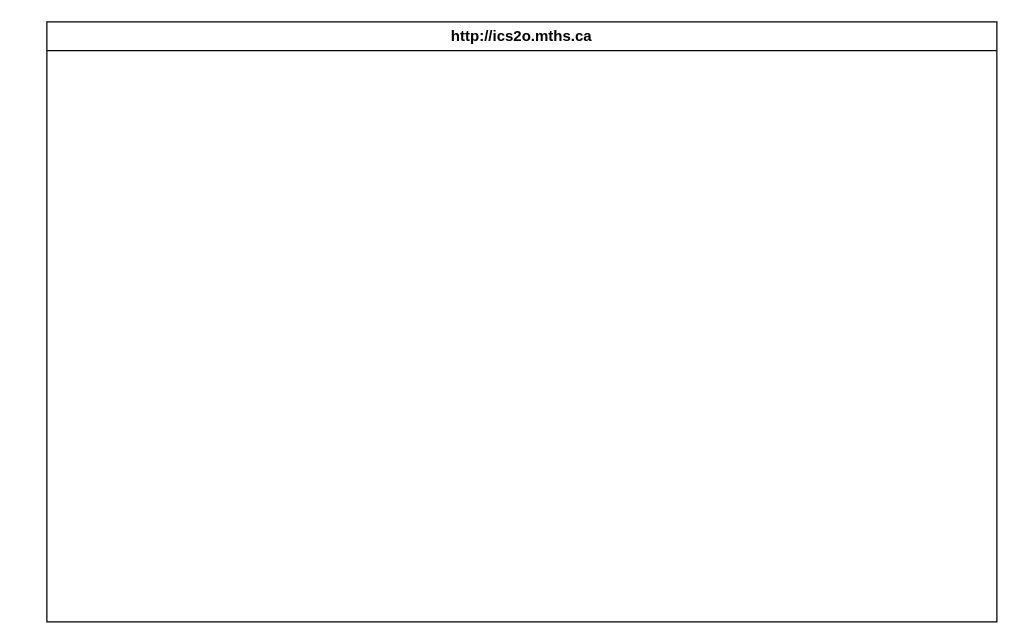
Before: design/storyboard.drawio in MTHS-ICS2O-2-2022/ICS2O-Unit-6-03-Mohamad-Tanbari, a draw.io diagram. Source tidied: cells renumbered, new cells numbered last; positions are measured from the earlier drawing's top-left corner, leaving out a move shared by most shapes. Both pictures are drawn from the tidied source at 125%, with x=0, y=0 at pixel (46, 21).
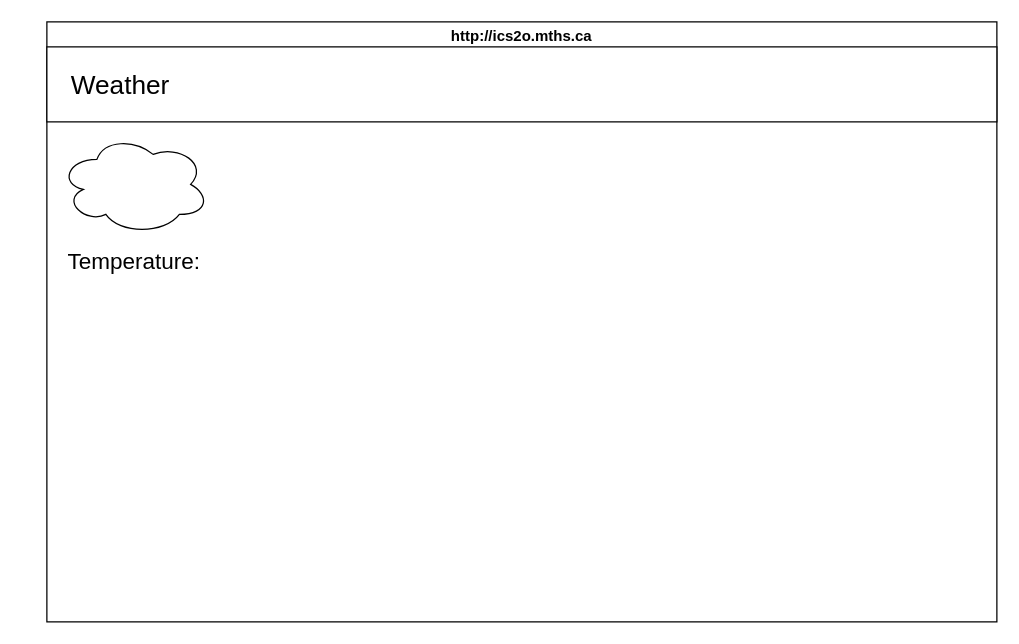
The same diagram, later.

What changed in the source:
```diff
@@
 <mxGraphModel>
   <root>
     <mxCell id="0" />
     <mxCell id="1" parent="0" />
     <mxCell id="2" value="http://ics2o.mths.ca" style="swimlane;whiteSpace=wrap;html=1;" parent="1" vertex="1">
       <mxGeometry width="760" height="480" as="geometry" />
     </mxCell>
+    <mxCell id="3" value="&lt;div align=&quot;left&quot;&gt;&lt;font style=&quot;font-size: 21px;&quot;&gt;&amp;nbsp;&amp;nbsp; Weather&lt;/font&gt;&lt;/div&gt;" style="rounded=0;whiteSpace=wrap;html=1;align=left;" parent="2" vertex="1">
+      <mxGeometry y="20" width="760" height="60" as="geometry" />
+    </mxCell>
+    <mxCell id="4" style="ellipse;shape=cloud;whiteSpace=wrap;html=1;fontSize=21;" parent="2" vertex="1">
+      <mxGeometry x="10" y="90" width="120" height="80" as="geometry" />
+    </mxCell>
+    <mxCell id="5" value="&lt;font style=&quot;font-size: 18px;&quot;&gt;Temperature: &lt;/font&gt;" style="text;html=1;strokeColor=none;fillColor=none;align=center;verticalAlign=middle;whiteSpace=wrap;rounded=0;fontSize=21;" parent="2" vertex="1">
+      <mxGeometry x="-20" y="170" width="180" height="40" as="geometry" />
+    </mxCell>
   </root>
 </mxGraphModel>
```
